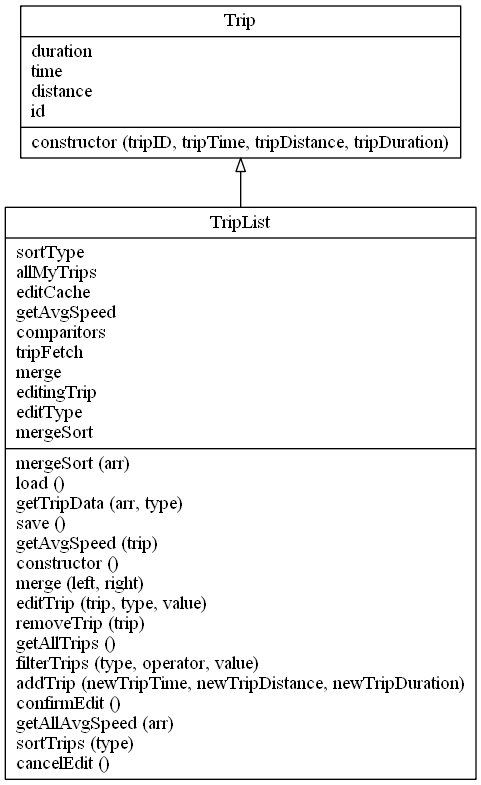
Above: output/classes.dot.png in ChironEvans/de321-Assignment2-2020 (Graphviz), before the change. Its source is kept beside it as output/classes.dot.
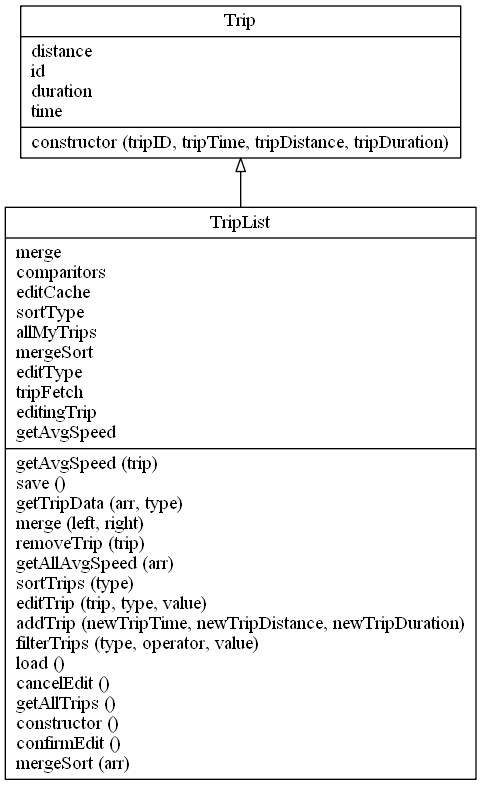
Later version of the same file.

Change to the diagram source:
```diff
@@ -1,7 +1,7 @@
 digraph "classes_test" {
 charset="utf-8"
 rankdir=BT
-"0" [label="{Trip|duration\ltime\ldistance\lid\l|constructor (tripID, tripTime, tripDistance, tripDuration)\l}", shape="record"];
-"1" [label="{TripList|sortType\lallMyTrips\leditCache\lgetAvgSpeed\lcomparitors\ltripFetch\lmerge\leditingTrip\leditType\lmergeSort\l|mergeSort (arr)\lload ()\lgetTripData (arr, type)\lsave ()\lgetAvgSpeed (trip)\lconstructor ()\lmerge (left, right)\leditTrip (trip, type, value)\lremoveTrip (trip)\lgetAllTrips ()\lfilterTrips (type, operator, value)\laddTrip (newTripTime, newTripDistance, newTripDuration)\lconfirmEdit ()\lgetAllAvgSpeed (arr)\lsortTrips (type)\lcancelEdit ()\l}", shape="record"];
+"0" [label="{Trip|distance\lid\lduration\ltime\l|constructor (tripID, tripTime, tripDistance, tripDuration)\l}", shape="record"];
+"1" [label="{TripList|merge\lcomparitors\leditCache\lsortType\lallMyTrips\lmergeSort\leditType\ltripFetch\leditingTrip\lgetAvgSpeed\l|getAvgSpeed (trip)\lsave ()\lgetTripData (arr, type)\lmerge (left, right)\lremoveTrip (trip)\lgetAllAvgSpeed (arr)\lsortTrips (type)\leditTrip (trip, type, value)\laddTrip (newTripTime, newTripDistance, newTripDuration)\lfilterTrips (type, operator, value)\lload ()\lcancelEdit ()\lgetAllTrips ()\lconstructor ()\lconfirmEdit ()\lmergeSort (arr)\l}", shape="record"];
 "1" -> "0" [arrowhead="empty", arrowtail="none"];
 }
```
